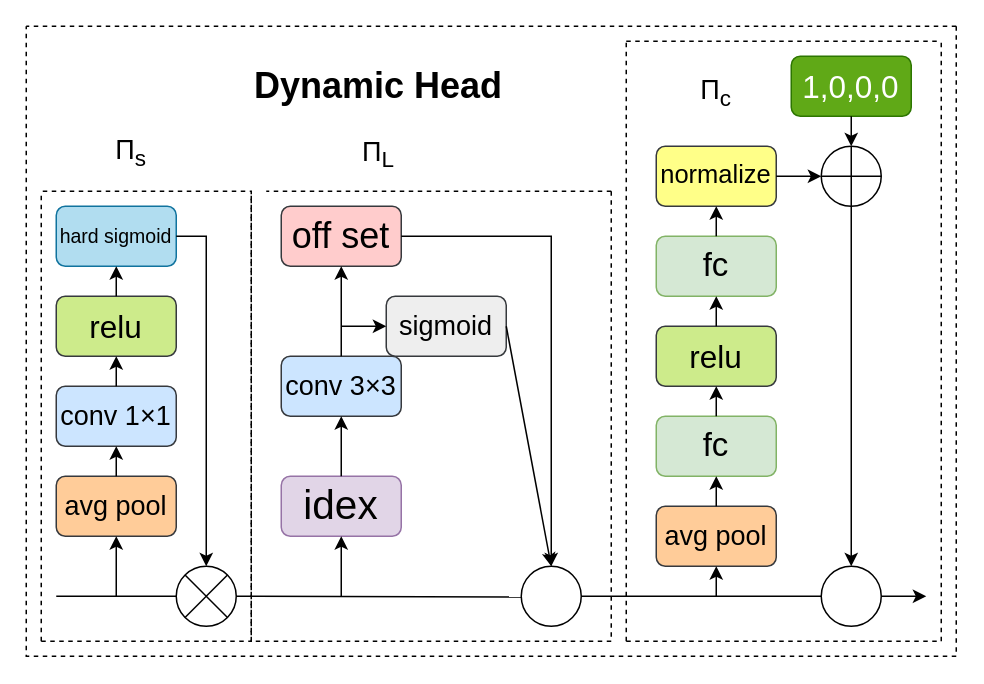
The draw.io diagram DyHead.drawio in lgq622/long, before the edit. Source tidied: cells renumbered, new cells numbered last; positions are measured from the earlier drawing's top-left corner, leaving out a move shared by most shapes. Both pictures are drawn from the tidied source at 150%, with x=0, y=0 at pixel (26, 26).
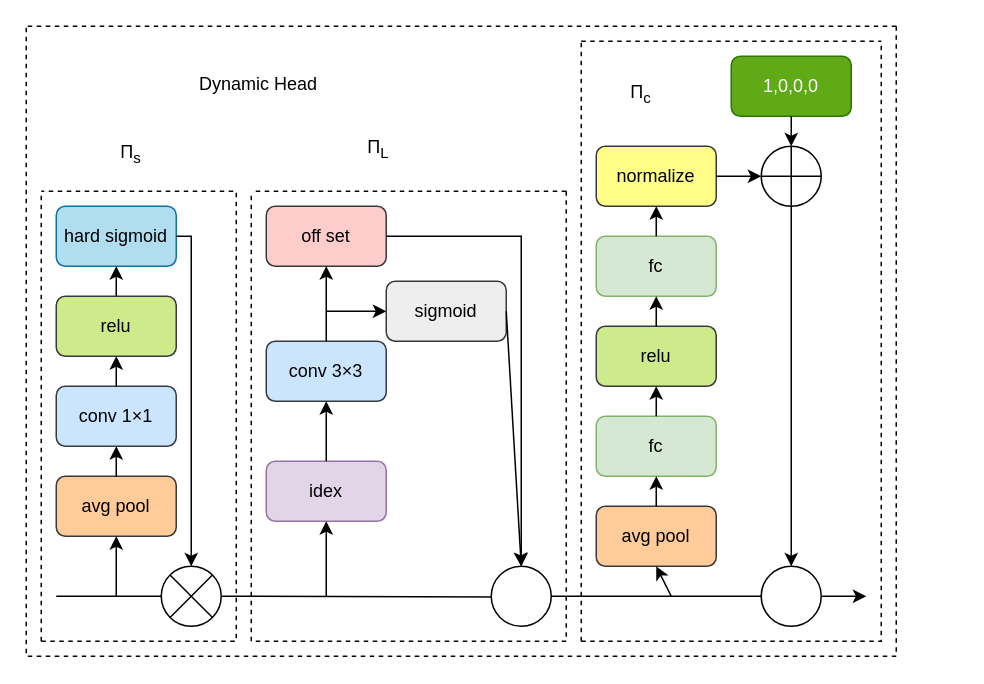
The same page after the edit.

Diff of the diagram source:
```diff
@@
-    <mxCell id="2" value="&lt;font style=&quot;font-size: 13px;&quot;&gt;hard sigmoid&lt;/font&gt;" style="rounded=1;whiteSpace=wrap;html=1;fillColor=#b1ddf0;strokeColor=#10739e;" parent="1" vertex="1">
+    <mxCell id="2" value="&lt;font&gt;hard&amp;nbsp;&lt;/font&gt;&lt;span style=&quot;background-color: transparent; color: light-dark(rgb(0, 0, 0), rgb(255, 255, 255));&quot;&gt;sigmoid&lt;/span&gt;" style="rounded=1;whiteSpace=wrap;html=1;fillColor=#b1ddf0;strokeColor=#10739e;" parent="1" vertex="1">
       <mxGeometry x="20" y="120" width="80" height="40" as="geometry" />
     </mxCell>
-    <mxCell id="3" value="&lt;font style=&quot;font-size: 21px;&quot;&gt;relu&lt;/font&gt;" style="rounded=1;whiteSpace=wrap;html=1;fillColor=#cdeb8b;strokeColor=#36393d;" parent="1" vertex="1">
+    <mxCell id="3" value="&lt;font&gt;relu&lt;/font&gt;" style="rounded=1;whiteSpace=wrap;html=1;fillColor=#cdeb8b;strokeColor=#36393d;" parent="1" vertex="1">
       <mxGeometry x="20" y="180" width="80" height="40" as="geometry" />
     </mxCell>
-    <mxCell id="4" value="&lt;font style=&quot;font-size: 18px;&quot;&gt;conv 1×1&lt;/font&gt;" style="rounded=1;whiteSpace=wrap;html=1;fillColor=#cce5ff;strokeColor=#36393d;" parent="1" vertex="1">
+    <mxCell id="4" value="&lt;font&gt;conv 1×1&lt;/font&gt;" style="rounded=1;whiteSpace=wrap;html=1;fillColor=#cce5ff;strokeColor=#36393d;" parent="1" vertex="1">
       <mxGeometry x="20" y="240" width="80" height="40" as="geometry" />
     </mxCell>
-    <mxCell id="5" value="&lt;font style=&quot;font-size: 18px;&quot;&gt;avg pool&lt;/font&gt;" style="rounded=1;whiteSpace=wrap;html=1;fillColor=#ffcc99;strokeColor=#36393d;" parent="1" vertex="1">
+    <mxCell id="5" value="&lt;font&gt;avg pool&lt;/font&gt;" style="rounded=1;whiteSpace=wrap;html=1;fillColor=#ffcc99;strokeColor=#36393d;" parent="1" vertex="1">
       <mxGeometry x="20" y="300" width="80" height="40" as="geometry" />
     </mxCell>
@@
-    <mxCell id="10" value="&lt;font style=&quot;font-size: 24px;&quot;&gt;off set&lt;/font&gt;" style="rounded=1;whiteSpace=wrap;html=1;fillColor=#ffcccc;strokeColor=#36393d;" parent="1" vertex="1">
-      <mxGeometry x="170" y="120" width="80" height="40" as="geometry" />
+    <mxCell id="10" value="&lt;font&gt;off set&lt;/font&gt;" style="rounded=1;whiteSpace=wrap;html=1;fillColor=#ffcccc;strokeColor=#36393d;" parent="1" vertex="1">
+      <mxGeometry x="160" y="120" width="80" height="40" as="geometry" />
     </mxCell>
-    <mxCell id="11" value="&lt;font style=&quot;font-size: 18px;&quot;&gt;sigmoid&lt;/font&gt;" style="rounded=1;whiteSpace=wrap;html=1;fillColor=#eeeeee;strokeColor=#36393d;" parent="1" vertex="1">
-      <mxGeometry x="240" y="180" width="80" height="40" as="geometry" />
+    <mxCell id="11" value="&lt;font&gt;sigmoid&lt;/font&gt;" style="rounded=1;whiteSpace=wrap;html=1;fillColor=#eeeeee;strokeColor=#36393d;" parent="1" vertex="1">
+      <mxGeometry x="240" y="170" width="80" height="40" as="geometry" />
     </mxCell>
-    <mxCell id="12" value="&lt;font style=&quot;font-size: 18px;&quot;&gt;conv 3×3&lt;/font&gt;" style="rounded=1;whiteSpace=wrap;html=1;fillColor=#cce5ff;strokeColor=#36393d;" parent="1" vertex="1">
-      <mxGeometry x="170" y="220" width="80" height="40" as="geometry" />
+    <mxCell id="12" value="&lt;font&gt;conv 3×3&lt;/font&gt;" style="rounded=1;whiteSpace=wrap;html=1;fillColor=#cce5ff;strokeColor=#36393d;" parent="1" vertex="1">
+      <mxGeometry x="160" y="210" width="80" height="40" as="geometry" />
     </mxCell>
-    <mxCell id="13" value="&lt;font style=&quot;font-size: 27px;&quot;&gt;idex&lt;/font&gt;" style="rounded=1;whiteSpace=wrap;html=1;fillColor=#e1d5e7;strokeColor=#9673a6;" parent="1" vertex="1">
-      <mxGeometry x="170" y="300" width="80" height="40" as="geometry" />
+    <mxCell id="13" value="&lt;font&gt;idex&lt;/font&gt;" style="rounded=1;whiteSpace=wrap;html=1;fillColor=#e1d5e7;strokeColor=#9673a6;" parent="1" vertex="1">
+      <mxGeometry x="160" y="290" width="80" height="40" as="geometry" />
     </mxCell>
     <mxCell id="14" style="endArrow=classic;html=1;rounded=0;entryX=0.5;entryY=1;entryDx=0;entryDy=0;" parent="1" edge="1" target="13">
       <mxGeometry relative="1" as="geometry">
-        <mxPoint x="210" y="380" as="sourcePoint" />
+        <mxPoint x="200" y="380" as="sourcePoint" />
       </mxGeometry>
     </mxCell>
@@
-    <mxCell id="17" style="endArrow=classic;html=1;rounded=0;" parent="1" edge="1">
+    <mxCell id="17" style="endArrow=classic;html=1;rounded=0;entryX=0;entryY=0.5;entryDx=0;entryDy=0;" parent="1" edge="1" target="11">
       <mxGeometry relative="1" as="geometry">
-        <mxPoint x="210" y="200" as="sourcePoint" />
-        <mxPoint x="240" y="200" as="targetPoint" />
+        <mxPoint x="200" y="190" as="sourcePoint" />
       </mxGeometry>
     </mxCell>
-    <mxCell id="18" value="&lt;font style=&quot;font-size: 17px;&quot;&gt;normalize&lt;/font&gt;" style="rounded=1;whiteSpace=wrap;html=1;fillColor=#ffff88;strokeColor=#36393d;" parent="1" vertex="1">
-      <mxGeometry x="420" y="80" width="80" height="40" as="geometry" />
+    <mxCell id="18" value="&lt;font&gt;normalize&lt;/font&gt;" style="rounded=1;whiteSpace=wrap;html=1;fillColor=#ffff88;strokeColor=#36393d;" parent="1" vertex="1">
+      <mxGeometry x="380" y="80" width="80" height="40" as="geometry" />
     </mxCell>
-    <mxCell id="19" value="&lt;font style=&quot;font-size: 22px;&quot;&gt;fc&lt;/font&gt;" style="rounded=1;whiteSpace=wrap;html=1;fillColor=#d5e8d4;strokeColor=#82b366;" parent="1" vertex="1">
-      <mxGeometry x="420" y="140" width="80" height="40" as="geometry" />
+    <mxCell id="19" value="&lt;font&gt;fc&lt;/font&gt;" style="rounded=1;whiteSpace=wrap;html=1;fillColor=#d5e8d4;strokeColor=#82b366;" parent="1" vertex="1">
+      <mxGeometry x="380" y="140" width="80" height="40" as="geometry" />
     </mxCell>
-    <mxCell id="20" value="&lt;font style=&quot;font-size: 21px;&quot;&gt;relu&lt;/font&gt;" style="rounded=1;whiteSpace=wrap;html=1;fillColor=#cdeb8b;strokeColor=#36393d;" parent="1" vertex="1">
-      <mxGeometry x="420" y="200" width="80" height="40" as="geometry" />
+    <mxCell id="20" value="&lt;font&gt;relu&lt;/font&gt;" style="rounded=1;whiteSpace=wrap;html=1;fillColor=#cdeb8b;strokeColor=#36393d;" parent="1" vertex="1">
+      <mxGeometry x="380" y="200" width="80" height="40" as="geometry" />
     </mxCell>
-    <mxCell id="21" value="&lt;font style=&quot;font-size: 22px;&quot;&gt;fc&lt;/font&gt;" style="rounded=1;whiteSpace=wrap;html=1;fillColor=#d5e8d4;strokeColor=#82b366;" parent="1" vertex="1">
-      <mxGeometry x="420" y="260" width="80" height="40" as="geometry" />
+    <mxCell id="21" value="&lt;font&gt;fc&lt;/font&gt;" style="rounded=1;whiteSpace=wrap;html=1;fillColor=#d5e8d4;strokeColor=#82b366;" parent="1" vertex="1">
+      <mxGeometry x="380" y="260" width="80" height="40" as="geometry" />
     </mxCell>
-    <mxCell id="22" value="&lt;font style=&quot;font-size: 18px;&quot;&gt;avg pool&lt;/font&gt;" style="rounded=1;whiteSpace=wrap;html=1;fillColor=#ffcc99;strokeColor=#36393d;" parent="1" vertex="1">
-      <mxGeometry x="420" y="320" width="80" height="40" as="geometry" />
+    <mxCell id="22" value="&lt;font&gt;avg pool&lt;/font&gt;" style="rounded=1;whiteSpace=wrap;html=1;fillColor=#ffcc99;strokeColor=#36393d;" parent="1" vertex="1">
+      <mxGeometry x="380" y="320" width="80" height="40" as="geometry" />
     </mxCell>
-    <mxCell id="23" value="&lt;font style=&quot;font-size: 21px;&quot;&gt;1,0,0,0&lt;/font&gt;" style="rounded=1;whiteSpace=wrap;html=1;fillColor=#60a917;strokeColor=#2D7600;fontColor=#ffffff;" parent="1" vertex="1">
-      <mxGeometry x="510" y="20" width="80" height="40" as="geometry" />
+    <mxCell id="23" value="&lt;font&gt;1,0,0,0&lt;/font&gt;" style="rounded=1;whiteSpace=wrap;html=1;fillColor=#60a917;strokeColor=#2D7600;fontColor=#ffffff;" parent="1" vertex="1">
+      <mxGeometry x="470" y="20" width="80" height="40" as="geometry" />
     </mxCell>
     <mxCell id="24" style="endArrow=classic;html=1;rounded=0;entryX=0.5;entryY=1;entryDx=0;entryDy=0;" parent="1" edge="1" target="22">
       <mxGeometry relative="1" as="geometry">
-        <mxPoint x="460" y="380" as="sourcePoint" />
+        <mxPoint x="430" y="380" as="sourcePoint" />
       </mxGeometry>
     </mxCell>
@@
     <mxCell id="30" style="endArrow=classic;html=1;rounded=0;exitX=1;exitY=0.5;exitDx=0;exitDy=0;" parent="1" edge="1" source="18">
       <mxGeometry relative="1" as="geometry">
-        <mxPoint x="530" y="100" as="targetPoint" />
+        <mxPoint x="490" y="100" as="targetPoint" />
       </mxGeometry>
     </mxCell>
     <mxCell id="31" style="ellipse;whiteSpace=wrap;html=1;" parent="1" vertex="1">
-      <mxGeometry x="530" y="80" width="40" height="40" as="geometry" />
+      <mxGeometry x="490" y="80" width="40" height="40" as="geometry" />
     </mxCell>
@@
-    <mxCell id="34" style="endArrow=classic;html=1;rounded=0;entryX=0.5;entryY=0;entryDx=0;entryDy=0;exitX=0.5;exitY=1;exitDx=0;exitDy=0;" parent="1" edge="1" source="31" target="56">
+    <mxCell id="34" style="endArrow=classic;html=1;rounded=0;exitX=0.5;exitY=1;exitDx=0;exitDy=0;entryX=0.5;entryY=0;entryDx=0;entryDy=0;" parent="1" edge="1" source="31" target="56">
       <mxGeometry relative="1" as="geometry" />
     </mxCell>
@@
     <mxCell id="36" style="endArrow=classic;html=1;rounded=0;exitX=1;exitY=0.5;exitDx=0;exitDy=0;entryX=0.5;entryY=0;entryDx=0;entryDy=0;" parent="1" edge="1" source="2" target="37">
       <mxGeometry relative="1" as="geometry">
         <Array as="points">
-          <mxPoint x="120" y="140" />
+          <mxPoint x="110" y="140" />
         </Array>
       </mxGeometry>
     </mxCell>
     <mxCell id="37" style="ellipse;whiteSpace=wrap;html=1;" parent="1" vertex="1">
-      <mxGeometry x="100" y="360" width="40" height="40" as="geometry" />
+      <mxGeometry x="90" y="360" width="40" height="40" as="geometry" />
     </mxCell>
@@
     <mxCell id="41" style="ellipse;whiteSpace=wrap;html=1;" parent="1" vertex="1">
-      <mxGeometry x="330" y="360" width="40" height="40" as="geometry" />
+      <mxGeometry x="310" y="360" width="40" height="40" as="geometry" />
     </mxCell>
@@
     <mxCell id="43" style="endArrow=classic;html=1;rounded=0;exitX=1;exitY=0.5;exitDx=0;exitDy=0;entryX=0.5;entryY=0;entryDx=0;entryDy=0;" parent="1" edge="1" source="10" target="41">
       <mxGeometry relative="1" as="geometry">
         <Array as="points">
-          <mxPoint x="350" y="140" />
+          <mxPoint x="330" y="140" />
         </Array>
       </mxGeometry>
     </mxCell>
-    <mxCell id="44" style="endArrow=none;html=1;rounded=0;entryX=0;entryY=0.5;entryDx=0;entryDy=0;exitX=1;exitY=0.5;exitDx=0;exitDy=0;" parent="1" edge="1" source="41" target="56">
-      <mxGeometry relative="1" as="geometry" />
+    <mxCell id="44" style="endArrow=none;html=1;rounded=0;entryX=0;entryY=0.5;entryDx=0;entryDy=0;exitX=1;exitY=0.5;exitDx=0;exitDy=0;" parent="1" edge="1" source="56">
+      <mxGeometry relative="1" as="geometry">
+        <mxPoint x="530" y="379.5" as="targetPoint" />
+      </mxGeometry>
     </mxCell>
     <mxCell id="45" style="endArrow=classic;html=1;rounded=0;" parent="1" edge="1" source="56">
       <mxGeometry relative="1" as="geometry">
-        <mxPoint x="600" y="380" as="targetPoint" />
+        <mxPoint x="560" y="380" as="targetPoint" />
       </mxGeometry>
     </mxCell>
     <mxCell id="46" style="endArrow=none;dashed=1;html=1;rounded=0;" parent="1" edge="1">
       <mxGeometry relative="1" as="geometry">
         <mxPoint x="10" y="410" as="sourcePoint" />
         <mxPoint x="10" y="110" as="targetPoint" />
         <Array as="points">
-          <mxPoint x="150" y="410" />
-          <mxPoint x="150" y="110" />
+          <mxPoint x="140" y="410" />
+          <mxPoint x="140" y="110" />
         </Array>
       </mxGeometry>
     </mxCell>
@@
     <mxCell id="48" style="endArrow=none;dashed=1;html=1;rounded=0;" parent="1" edge="1">
       <mxGeometry relative="1" as="geometry">
-        <mxPoint x="390" y="110" as="sourcePoint" />
+        <mxPoint x="360" y="110" as="sourcePoint" />
         <mxPoint x="150" y="110" as="targetPoint" />
         <Array as="points">
-          <mxPoint x="390" y="410" />
+          <mxPoint x="360" y="410" />
           <mxPoint x="150" y="410" />
         </Array>
       </mxGeometry>
     </mxCell>
     <mxCell id="49" style="endArrow=none;dashed=1;html=1;rounded=0;" parent="1" edge="1">
       <mxGeometry relative="1" as="geometry">
-        <mxPoint x="390" y="110" as="sourcePoint" />
-        <mxPoint x="160" y="110" as="targetPoint" />
+        <mxPoint x="360" y="110" as="sourcePoint" />
+        <mxPoint x="150" y="110" as="targetPoint" />
       </mxGeometry>
     </mxCell>
     <mxCell id="50" style="endArrow=none;dashed=1;html=1;rounded=0;" parent="1" edge="1">
       <mxGeometry relative="1" as="geometry">
-        <mxPoint x="400" y="410" as="sourcePoint" />
-        <mxPoint x="400" y="10" as="targetPoint" />
+        <mxPoint x="370" y="410" as="sourcePoint" />
+        <mxPoint x="370" y="10" as="targetPoint" />
       </mxGeometry>
     </mxCell>
     <mxCell id="51" style="endArrow=none;dashed=1;html=1;rounded=0;" parent="1" edge="1">
       <mxGeometry relative="1" as="geometry">
-        <mxPoint x="400" y="410" as="sourcePoint" />
-        <mxPoint x="610" y="10" as="targetPoint" />
+        <mxPoint x="370" y="410" as="sourcePoint" />
+        <mxPoint x="570" y="10" as="targetPoint" />
         <Array as="points">
-          <mxPoint x="610" y="410" />
+          <mxPoint x="570" y="410" />
         </Array>
       </mxGeometry>
     </mxCell>
     <mxCell id="52" style="endArrow=none;dashed=1;html=1;rounded=0;" parent="1" edge="1">
       <mxGeometry relative="1" as="geometry">
-        <mxPoint x="400" y="10" as="sourcePoint" />
-        <mxPoint x="610" y="10" as="targetPoint" />
+        <mxPoint x="370" y="10" as="sourcePoint" />
+        <mxPoint x="570" y="10" as="targetPoint" />
       </mxGeometry>
     </mxCell>
     <mxCell id="53" style="endArrow=none;dashed=1;html=1;rounded=0;" parent="1" edge="1">
       <mxGeometry relative="1" as="geometry">
-        <mxPoint x="620" as="sourcePoint" />
+        <mxPoint x="580" as="sourcePoint" />
         <mxPoint as="targetPoint" />
       </mxGeometry>
     </mxCell>
     <mxCell id="54" style="endArrow=none;dashed=1;html=1;rounded=0;" parent="1" edge="1">
       <mxGeometry relative="1" as="geometry">
-        <mxPoint x="620" as="sourcePoint" />
+        <mxPoint x="580" as="sourcePoint" />
         <mxPoint as="targetPoint" />
         <Array as="points">
-          <mxPoint x="620" y="420" />
+          <mxPoint x="580" y="420" />
           <mxPoint y="420" />
         </Array>
       </mxGeometry>
     </mxCell>
-    <mxCell id="55" value="&lt;h1&gt;Dynamic Head&lt;/h1&gt;" style="text;html=1;align=center;verticalAlign=middle;whiteSpace=wrap;rounded=0;" parent="1" vertex="1">
-      <mxGeometry x="140" y="25" width="190" height="30" as="geometry" />
+    <mxCell id="55" value="&lt;h1&gt;&lt;span style=&quot;font-weight: normal;&quot;&gt;&lt;font style=&quot;font-size: 12px;&quot;&gt;Dynamic Head&lt;/font&gt;&lt;/span&gt;&lt;/h1&gt;" style="text;html=1;align=center;verticalAlign=middle;whiteSpace=wrap;rounded=0;" parent="1" vertex="1">
+      <mxGeometry x="60" y="20" width="190" height="30" as="geometry" />
     </mxCell>
-    <mxCell id="56" style="ellipse;whiteSpace=wrap;html=1;" parent="1" vertex="1">
-      <mxGeometry x="530" y="360" width="40" height="40" as="geometry" />
-    </mxCell>
-    <mxCell id="57" value="&lt;font style=&quot;font-size: 18px;&quot;&gt;Π&lt;sub style=&quot;&quot;&gt;s&lt;/sub&gt;&lt;/font&gt;" style="text;html=1;whiteSpace=wrap;strokeColor=none;fillColor=none;align=center;verticalAlign=middle;rounded=0;" parent="1" vertex="1">
+    <mxCell id="57" value="&lt;font&gt;Π&lt;sub style=&quot;&quot;&gt;s&lt;/sub&gt;&lt;/font&gt;" style="text;html=1;whiteSpace=wrap;strokeColor=none;fillColor=none;align=center;verticalAlign=middle;rounded=0;" parent="1" vertex="1">
       <mxGeometry x="40" y="70" width="60" height="30" as="geometry" />
     </mxCell>
-    <mxCell id="58" value="&lt;div&gt;&lt;font style=&quot;font-size: 18px;&quot;&gt;&lt;br&gt;&lt;/font&gt;&lt;/div&gt;&lt;div&gt;&lt;font style=&quot;font-size: 18px;&quot;&gt;Π&lt;sub style=&quot;&quot;&gt;L&lt;/sub&gt;&lt;/font&gt;&lt;/div&gt;" style="text;html=1;whiteSpace=wrap;strokeColor=none;fillColor=none;align=center;verticalAlign=middle;rounded=0;" parent="1" vertex="1">
+    <mxCell id="58" value="&lt;div&gt;&lt;font&gt;&lt;br&gt;&lt;/font&gt;&lt;/div&gt;&lt;div&gt;&lt;font&gt;Π&lt;sub style=&quot;&quot;&gt;L&lt;/sub&gt;&lt;/font&gt;&lt;/div&gt;" style="text;html=1;whiteSpace=wrap;strokeColor=none;fillColor=none;align=center;verticalAlign=middle;rounded=0;" parent="1" vertex="1">
       <mxGeometry x="205" y="60" width="60" height="30" as="geometry" />
     </mxCell>
-    <mxCell id="59" value="&lt;font style=&quot;font-size: 18px;&quot;&gt;Π&lt;sub style=&quot;&quot;&gt;c&lt;/sub&gt;&lt;/font&gt;" style="text;html=1;whiteSpace=wrap;strokeColor=none;fillColor=none;align=center;verticalAlign=middle;rounded=0;" parent="1" vertex="1">
-      <mxGeometry x="430" y="30" width="60" height="30" as="geometry" />
+    <mxCell id="59" value="&lt;font&gt;Π&lt;sub style=&quot;&quot;&gt;c&lt;/sub&gt;&lt;/font&gt;" style="text;html=1;whiteSpace=wrap;strokeColor=none;fillColor=none;align=center;verticalAlign=middle;rounded=0;" parent="1" vertex="1">
+      <mxGeometry x="380" y="30" width="60" height="30" as="geometry" />
     </mxCell>
+    <mxCell id="60" style="endArrow=none;html=1;rounded=0;entryX=0;entryY=0.5;entryDx=0;entryDy=0;exitX=1;exitY=0.5;exitDx=0;exitDy=0;" parent="1" edge="1" source="41" target="56">
+      <mxGeometry relative="1" as="geometry" />
+    </mxCell>
+    <mxCell id="56" style="ellipse;whiteSpace=wrap;html=1;" parent="1" vertex="1">
+      <mxGeometry x="490" y="360" width="40" height="40" as="geometry" />
+    </mxCell>
```
